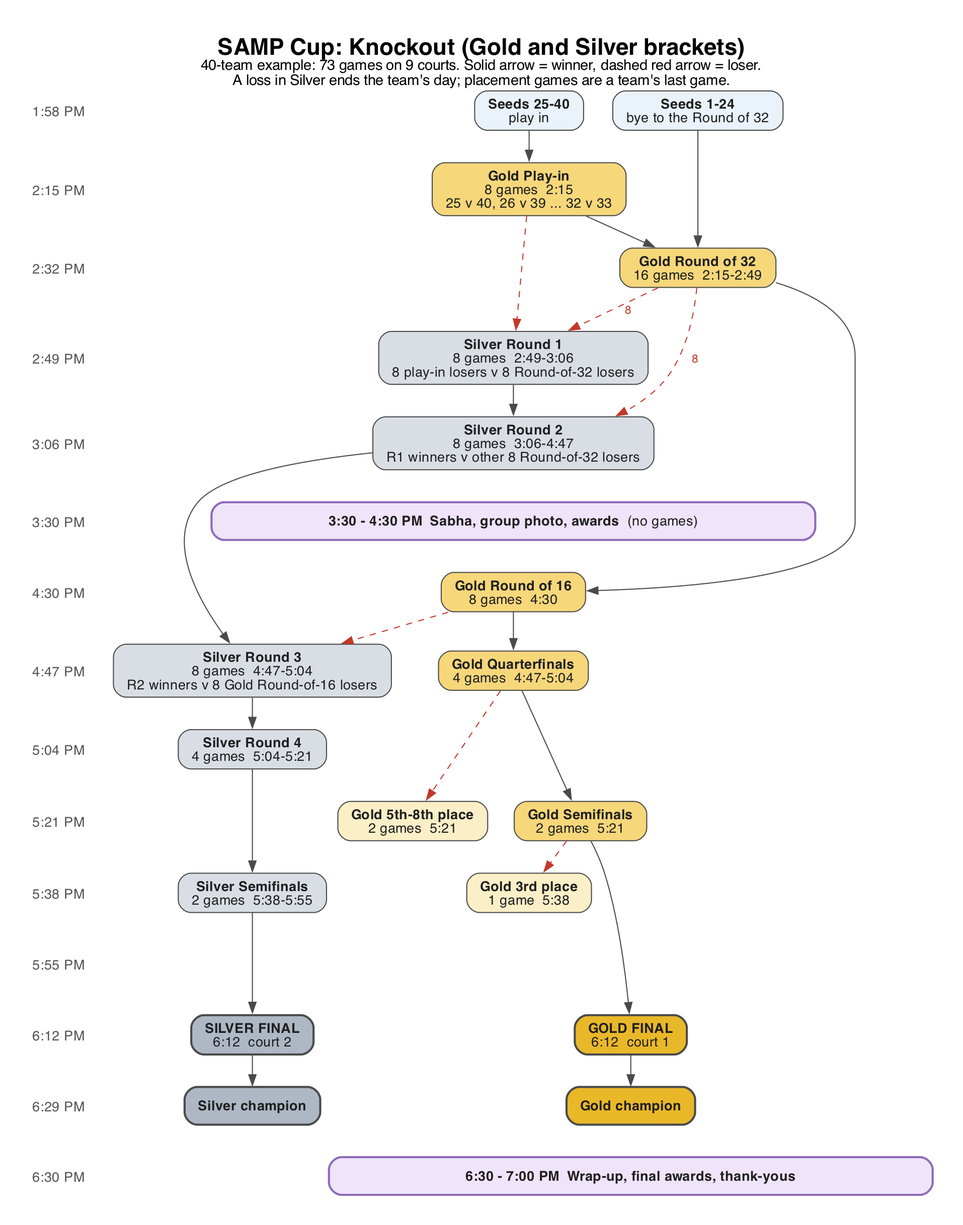
Above: Tournament Resources/flowchart_knockout.png in itsKrutarth/SampCup (Graphviz), before the change. Its source is kept beside it as Tournament Resources/flowchart_knockout.dot.
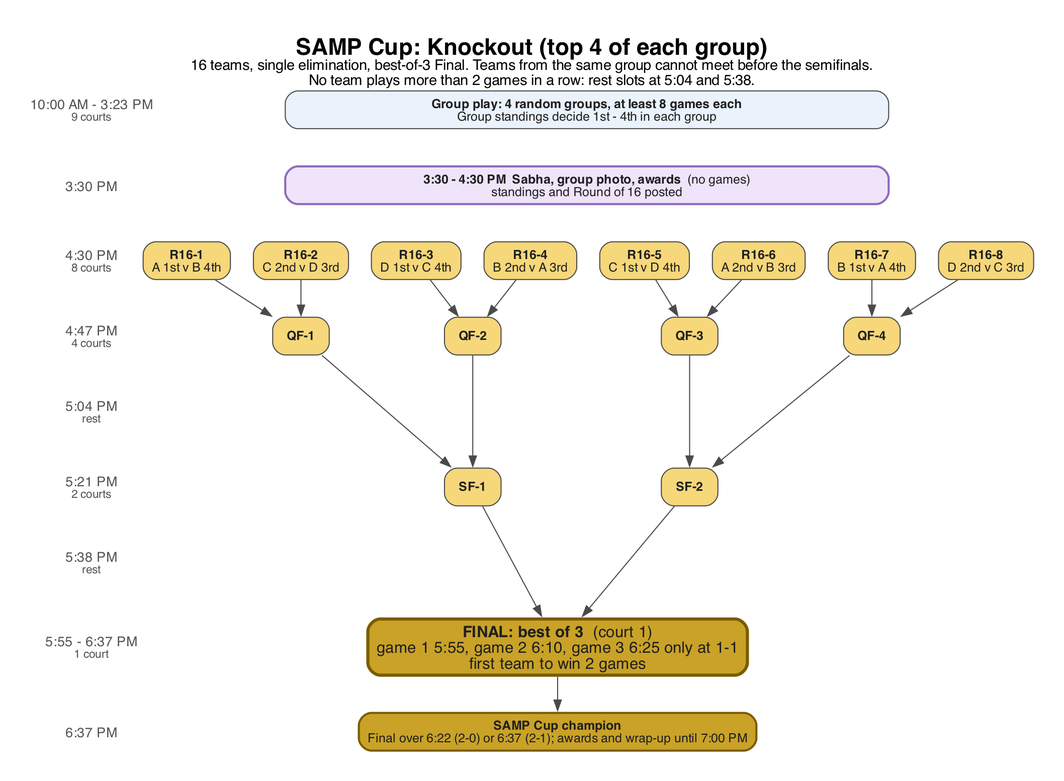
Above is the later version.

Diff of the diagram source:
```diff
@@ -1,73 +1,50 @@
 digraph knockout {
-  graph [rankdir=TB, fontname="Helvetica", fontsize=22, labelloc=t, nodesep=0.35, ranksep=0.4, pad=0.4, newrank=true,
-         label=<<b>SAMP Cup: Knockout (Gold and Silver brackets)</b><br/><font point-size="14">40-team example: 73 games on 9 courts. Solid arrow = winner, dashed red arrow = loser.<br/>A loss in Silver ends the team's day; placement games are a team's last game.</font>>];
-  node  [fontname="Helvetica", fontsize=13, shape=box, style="rounded,filled", color="#4A4A4A", margin="0.18,0.08"];
+  graph [rankdir=TB, fontname="Helvetica", fontsize=22, labelloc=t, nodesep=0.3, ranksep=0.5, pad=0.4, newrank=true,
+         label=<<b>SAMP Cup: Knockout (top 4 of each group)</b><br/><font point-size="14">16 teams, single elimination, best-of-3 Final. Teams from the same group cannot meet before the semifinals.<br/>No team plays more than 2 games in a row: rest slots at 5:04 and 5:38.</font>>];
+  node  [fontname="Helvetica", fontsize=12, shape=box, style="rounded,filled", color="#4A4A4A", margin="0.12,0.06", fillcolor="#F6D77A"];
   edge  [fontname="Helvetica", fontsize=11, color="#4A4A4A"];
 
   node [shape=plaintext, style="", fontsize=13, fontcolor="#555555", margin=0];
-  t0 [label="1:58 PM"]; t1 [label="2:15 PM"]; t2 [label="2:32 PM"]; t3 [label="2:49 PM"]; t4 [label="3:06 PM"];
-  tS [label="3:30 PM"]; t5 [label="4:30 PM"]; t6 [label="4:47 PM"]; t7 [label="5:04 PM"]; t8 [label="5:21 PM"];
-  t9 [label="5:38 PM"]; t10 [label="5:55 PM"]; t11 [label="6:12 PM"]; t12 [label="6:29 PM"]; t13 [label="6:30 PM"];
-  t0 -> t1 -> t2 -> t3 -> t4 -> tS -> t5 -> t6 -> t7 -> t8 -> t9 -> t10 -> t11 -> t12 -> t13 [style=invis];
+  tG [label=<10:00 AM - 3:23 PM<br/><font point-size="11">9 courts</font>>];
+  tS [label="3:30 PM"];
+  t1 [label=<4:30 PM<br/><font point-size="11">8 courts</font>>];
+  t2 [label=<4:47 PM<br/><font point-size="11">4 courts</font>>];
+  t3 [label=<5:04 PM<br/><font point-size="11">rest</font>>];
+  t4 [label=<5:21 PM<br/><font point-size="11">2 courts</font>>];
+  t5 [label=<5:38 PM<br/><font point-size="11">rest</font>>];
+  t6 [label=<5:55 - 6:37 PM<br/><font point-size="11">1 court</font>>];
+  t7 [label="6:37 PM"];
+  tG -> tS -> t1 -> t2 -> t3 -> t4 -> t5 -> t6 -> t7 [style=invis];
 
-  node [shape=box, style="rounded,filled", fontcolor="#1F1F1F", fontsize=13, margin="0.18,0.08"];
+  node [shape=box, style="rounded,filled", fontcolor="#1F1F1F", fontsize=12, margin="0.12,0.06"];
 
-  top   [label=<<b>Seeds 1-24</b><br/>bye to the Round of 32>, fillcolor="#EAF2FB"];
-  low   [label=<<b>Seeds 25-40</b><br/>play in>, fillcolor="#EAF2FB"];
+  groups [label=<<b>Group play: 4 random groups, at least 8 games each</b><br/>Group standings decide 1st - 4th in each group>, fillcolor="#EAF2FB", width=8];
+  sabha  [label=<<b>3:30 - 4:30 PM  Sabha, group photo, awards</b>  (no games)<br/>standings and Round of 16 posted>, fillcolor="#EFE4FA", color="#8E6BB8", penwidth=2, width=8];
 
-  gpi   [label=<<b>Gold Play-in</b><br/>8 games  2:15<br/>25 v 40, 26 v 39 ... 32 v 33>, fillcolor="#F6D77A"];
-  g32   [label=<<b>Gold Round of 32</b><br/>16 games  2:15-2:49>, fillcolor="#F6D77A"];
-  g16   [label=<<b>Gold Round of 16</b><br/>8 games  4:30>, fillcolor="#F6D77A"];
-  gqf   [label=<<b>Gold Quarterfinals</b><br/>4 games  4:47-5:04>, fillcolor="#F6D77A"];
-  gsf   [label=<<b>Gold Semifinals</b><br/>2 games  5:21>, fillcolor="#F6D77A"];
-  gf    [label=<<b>GOLD FINAL</b><br/>6:12  court 1>, fillcolor="#E9B829", penwidth=2];
-  gch   [label=<<b>Gold champion</b>>, shape=box, style="rounded,filled,bold", fillcolor="#E9B829"];
+  r1 [label=<<b>R16-1</b><br/>A 1st v B 4th>];
+  r2 [label=<<b>R16-2</b><br/>C 2nd v D 3rd>];
+  r3 [label=<<b>R16-3</b><br/>D 1st v C 4th>];
+  r4 [label=<<b>R16-4</b><br/>B 2nd v A 3rd>];
+  r5 [label=<<b>R16-5</b><br/>C 1st v D 4th>];
+  r6 [label=<<b>R16-6</b><br/>A 2nd v B 3rd>];
+  r7 [label=<<b>R16-7</b><br/>B 1st v A 4th>];
+  r8 [label=<<b>R16-8</b><br/>D 2nd v C 3rd>];
+  q1 [label=<<b>QF-1</b>>]; q2 [label=<<b>QF-2</b>>]; q3 [label=<<b>QF-3</b>>]; q4 [label=<<b>QF-4</b>>];
+  s1 [label=<<b>SF-1</b>>]; s2 [label=<<b>SF-2</b>>];
+  f  [label=<<b>FINAL: best of 3</b>  (court 1)<br/>game 1 5:55, game 2 6:10, game 3 6:25 only at 1-1<br/>first team to win 2 games>, fillcolor="#C9A227", color="#7A5C00", penwidth=3, fontsize=15];
+  champ [label=<<b>SAMP Cup champion</b><br/>Final over 6:22 (2-0) or 6:37 (2-1); awards and wrap-up until 7:00 PM>, fillcolor="#C9A227", color="#7A5C00", penwidth=2];
 
-  p5    [label=<<b>Gold 5th-8th place</b><br/>2 games  5:21>, fillcolor="#FBEFC7"];
-  p3    [label=<<b>Gold 3rd place</b><br/>1 game  5:38>, fillcolor="#FBEFC7"];
+  groups -> sabha [style=invis];
+  sabha -> {r1 r2 r3 r4 r5 r6 r7 r8} [style=invis];
+  {r1 r2} -> q1; {r3 r4} -> q2; {r5 r6} -> q3; {r7 r8} -> q4;
+  {q1 q2} -> s1; {q3 q4} -> s2;
+  {s1 s2} -> f -> champ;
 
-  s1    [label=<<b>Silver Round 1</b><br/>8 games  2:49-3:06<br/>8 play-in losers v 8 Round-of-32 losers>, fillcolor="#D9DEE5"];
-  s2    [label=<<b>Silver Round 2</b><br/>8 games  3:06-4:47<br/>R1 winners v other 8 Round-of-32 losers>, fillcolor="#D9DEE5"];
-  s3    [label=<<b>Silver Round 3</b><br/>8 games  4:47-5:04<br/>R2 winners v 8 Gold Round-of-16 losers>, fillcolor="#D9DEE5"];
-  s4    [label=<<b>Silver Round 4</b><br/>4 games  5:04-5:21>, fillcolor="#D9DEE5"];
-  ssf   [label=<<b>Silver Semifinals</b><br/>2 games  5:38-5:55>, fillcolor="#D9DEE5"];
-  sf    [label=<<b>SILVER FINAL</b><br/>6:12  court 2>, fillcolor="#AEB7C4", penwidth=2];
-  sch   [label=<<b>Silver champion</b>>, style="rounded,filled,bold", fillcolor="#AEB7C4"];
-
-  sabha [label=<<b>3:30 - 4:30 PM  Sabha, group photo, awards</b>  (no games)>, fillcolor="#EFE4FA", color="#8E6BB8", penwidth=2, width=8];
-  wrap  [label=<<b>6:30 - 7:00 PM  Wrap-up, final awards, thank-yous</b>>, fillcolor="#EFE4FA", color="#8E6BB8", penwidth=2, width=8];
-
-  low -> gpi;
-  top -> g32;
-  gpi -> g32;
-  g32 -> g16 -> gqf -> gsf -> gf -> gch;
-  s1 -> s2 -> s3 -> s4 -> ssf -> sf -> sch;
-
-  edge [style=dashed, color="#C0392B", fontcolor="#C0392B"];
-  gpi -> s1;
-  g32 -> s1 [label=" 8"];
-  g32 -> s2 [label=" 8"];
-  g16 -> s3;
-  gqf -> p5;
-  gsf -> p3;
-
-  {rank=same; t0; top; low}
-  {rank=same; t1; gpi}
-  {rank=same; t2; g32}
-  {rank=same; t3; s1}
-  {rank=same; t4; s2}
+  {rank=same; tG; groups}
   {rank=same; tS; sabha}
-  {rank=same; t5; g16}
-  {rank=same; t6; gqf; s3}
-  {rank=same; t7; s4}
-  {rank=same; t8; gsf; p5}
-  {rank=same; t9; p3; ssf}
-  {rank=same; t10}
-  {rank=same; t11; gf; sf}
-  {rank=same; t12; gch; sch}
-  {rank=same; t13; wrap}
-
-  edge [style=invis];
-  s2 -> sabha -> g16;
-  gch -> wrap;
+  {rank=same; t1; r1; r2; r3; r4; r5; r6; r7; r8}
+  {rank=same; t2; q1; q2; q3; q4}
+  {rank=same; t4; s1; s2}
+  {rank=same; t6; f}
+  {rank=same; t7; champ}
 }
```
